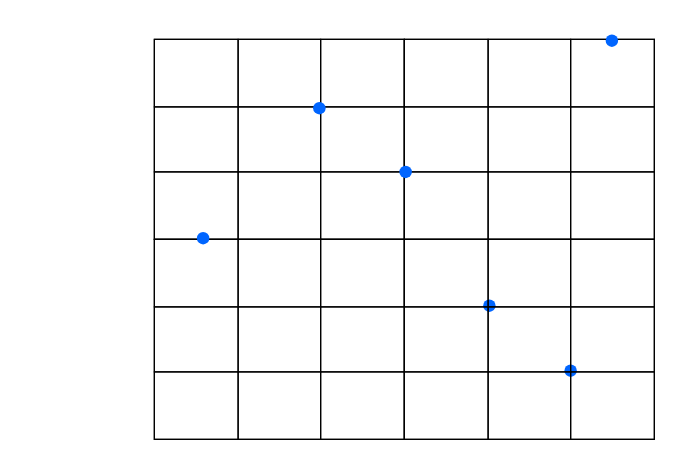
Above: Untitled Diagram.drawio in KrugerElephant/TEST (draw.io), before the change. Source tidied: cells renumbered, new cells numbered last; positions are measured from the earlier drawing's top-left corner, leaving out a move shared by most shapes. Both pictures are drawn from the tidied source at 125%, with x=0, y=0 at pixel (154, 34).
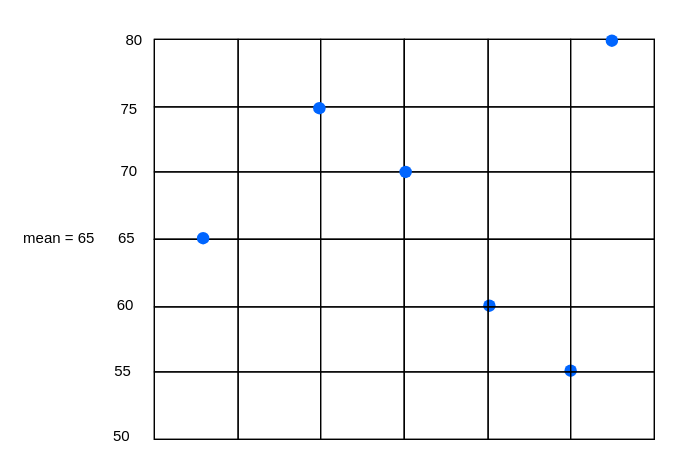
The same diagram, later.

The edit, as a diff of the source:
```diff
@@
+    <mxCell id="60" value="mean = 65" style="text;html=1;align=center;verticalAlign=middle;whiteSpace=wrap;rounded=0;" parent="1" vertex="1">
+      <mxGeometry x="-106" y="148" width="60" height="30" as="geometry" />
+    </mxCell>
+    <mxCell id="61" value="65" style="text;html=1;align=center;verticalAlign=middle;whiteSpace=wrap;rounded=0;" parent="1" vertex="1">
+      <mxGeometry x="-52" y="148" width="60" height="30" as="geometry" />
+    </mxCell>
+    <mxCell id="62" value="70" style="text;html=1;align=center;verticalAlign=middle;whiteSpace=wrap;rounded=0;" parent="1" vertex="1">
+      <mxGeometry x="-50" y="95" width="60" height="30" as="geometry" />
+    </mxCell>
+    <mxCell id="63" value="75" style="text;html=1;align=center;verticalAlign=middle;whiteSpace=wrap;rounded=0;" parent="1" vertex="1">
+      <mxGeometry x="-50" y="45" width="60" height="30" as="geometry" />
+    </mxCell>
+    <mxCell id="64" value="80" style="text;html=1;align=center;verticalAlign=middle;whiteSpace=wrap;rounded=0;" parent="1" vertex="1">
+      <mxGeometry x="-46" y="-10" width="60" height="30" as="geometry" />
+    </mxCell>
+    <mxCell id="65" value="60" style="text;html=1;align=center;verticalAlign=middle;whiteSpace=wrap;rounded=0;" parent="1" vertex="1">
+      <mxGeometry x="-53" y="202" width="60" height="30" as="geometry" />
+    </mxCell>
+    <mxCell id="66" value="55" style="text;html=1;align=center;verticalAlign=middle;whiteSpace=wrap;rounded=0;" parent="1" vertex="1">
+      <mxGeometry x="-55" y="255" width="60" height="30" as="geometry" />
+    </mxCell>
+    <mxCell id="67" value="50" style="text;html=1;align=center;verticalAlign=middle;whiteSpace=wrap;rounded=0;" parent="1" vertex="1">
+      <mxGeometry x="-56" y="307" width="60" height="30" as="geometry" />
+    </mxCell>
```
